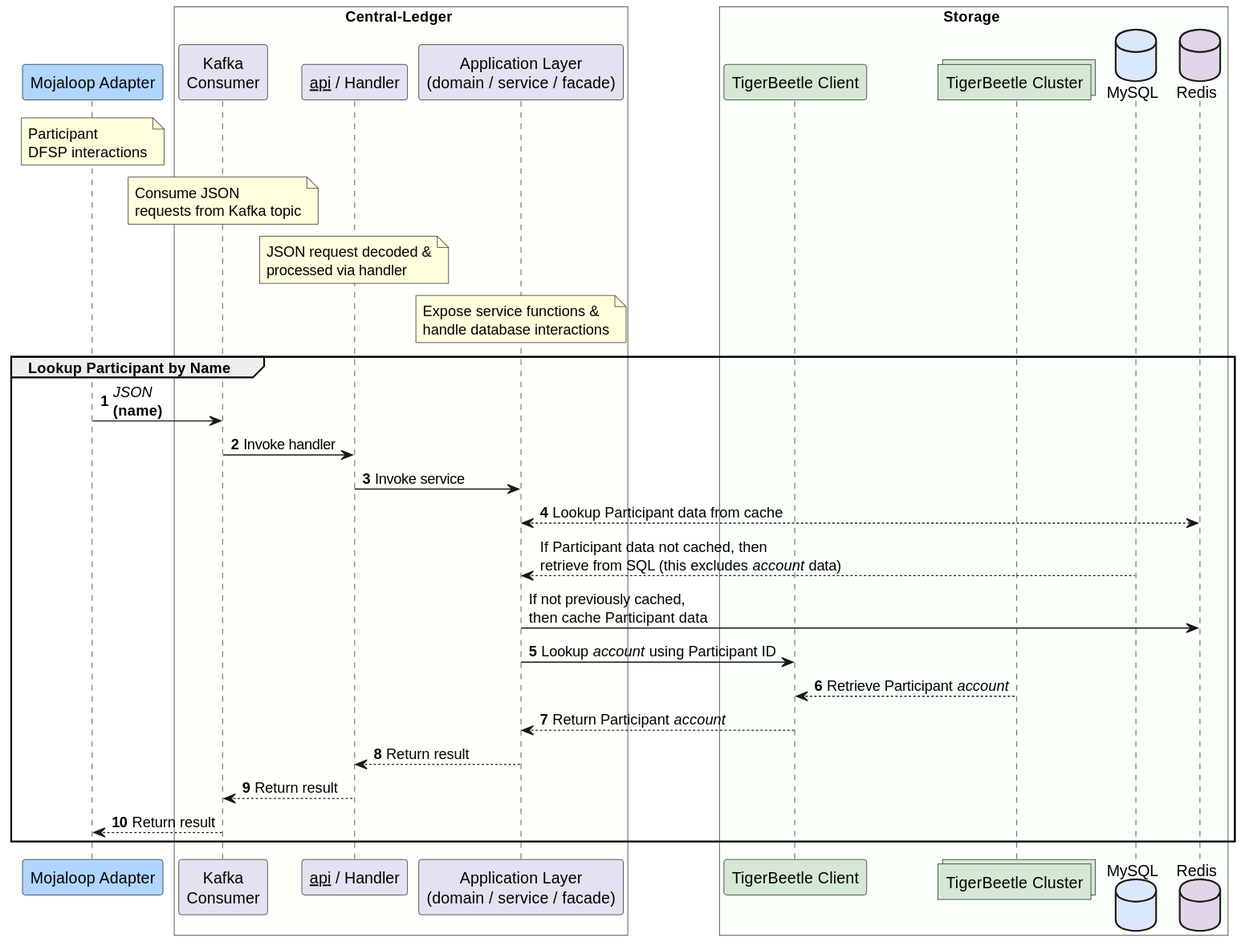
This is solution_design/sequence-participant-tb-enabled-lookup.svg from coilhq/mucoa, a PlantUML export, as it was before one commit.
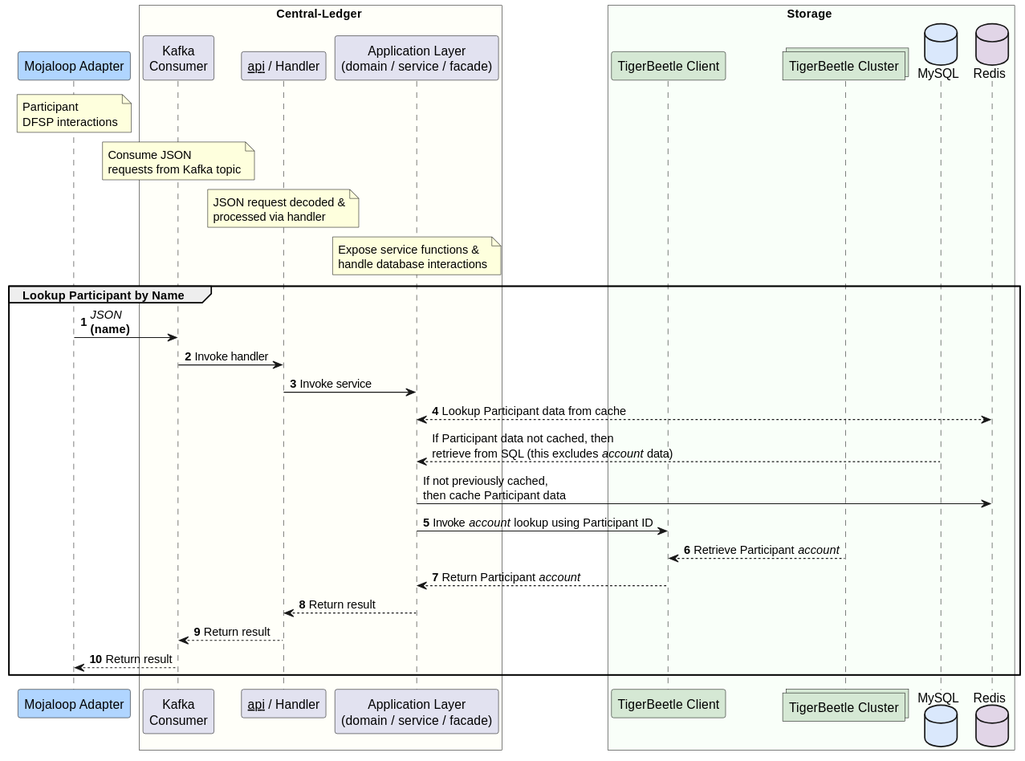
Above is the later version.

What changed in the source:
```diff
@@ -44,7 +44,7 @@
     cl_domain <-- cl_db : If Participant data not cached, then \nretrieve from SQL (this excludes //account// data)
     cl_domain -> redis_cache : If not previously cached, \nthen cache Participant data
     autonumber resume
-    cl_domain -> tb_client : Lookup //account// using Participant ID
+    cl_domain -> tb_client : Invoke //account// lookup using Participant ID
     tb_client <-- tb_nodes : Retrieve Participant //account//
     tb_client --> cl_domain : Return Participant //account//
     cl_domain --> cl_handler : Return result
```
